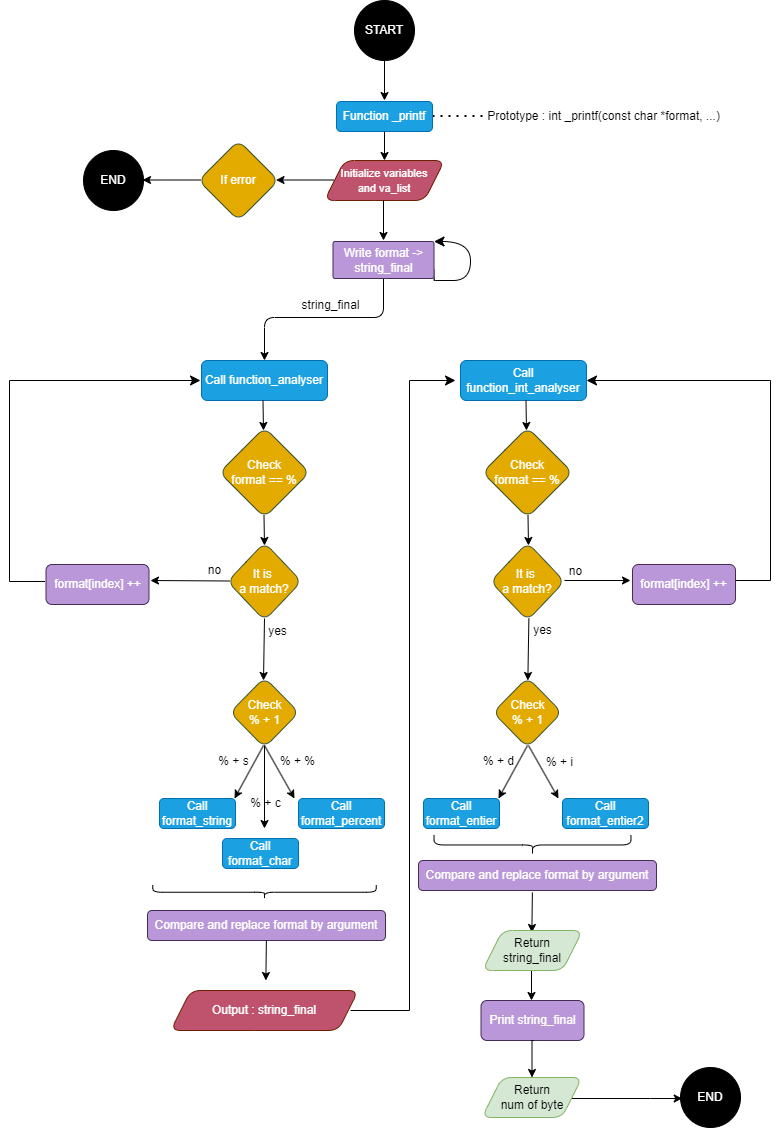
Before: flowchart_printf.png, a diagram exported from draw.io (savvyh/holbertonschool-printf). Source tidied: cells renumbered, new cells last; positions are measured from the earlier drawing's top-left corner, leaving out a move shared by most shapes.
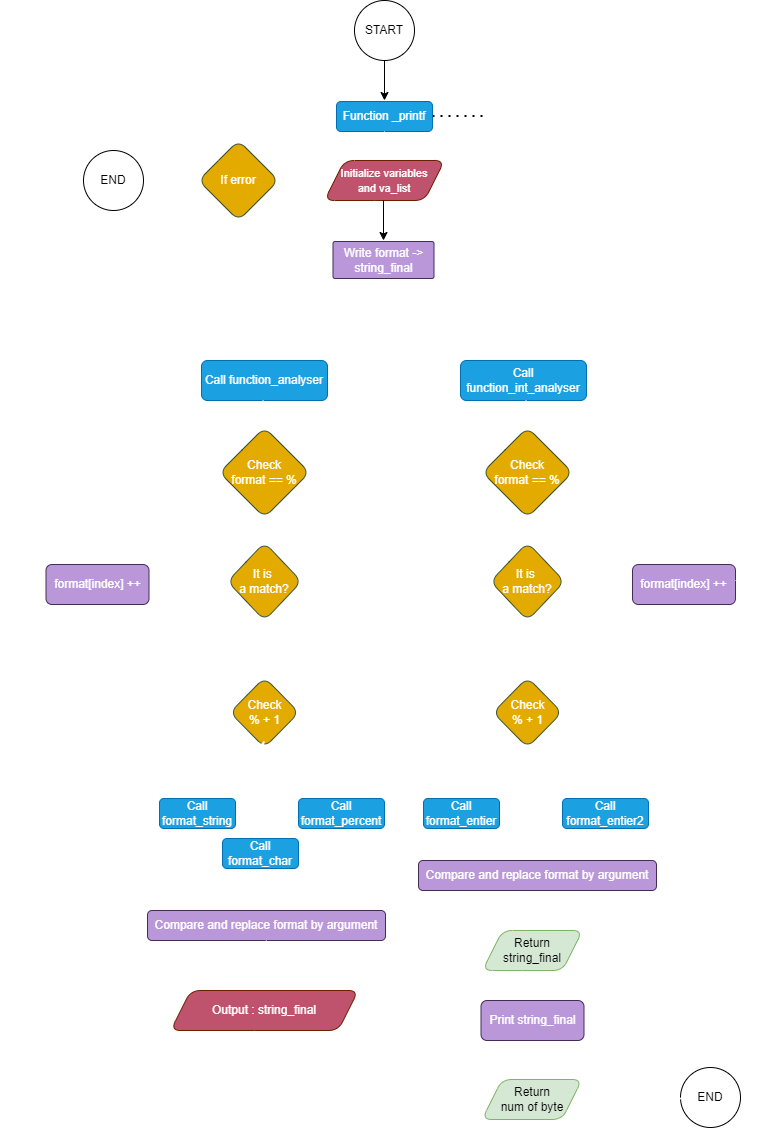
The same diagram one commit later.

Change to the diagram source:
```diff
@@ -4,3 +4,3 @@
     <mxCell id="1" parent="0" />
-    <mxCell id="2" style="edgeStyle=segmentEdgeStyle;endArrow=classic;html=1;curved=1;endSize=8;startSize=8;entryX=1;entryY=0;entryDx=0;entryDy=0;exitX=1;exitY=0.75;exitDx=0;exitDy=0;" parent="1" edge="1" source="16" target="16">
+    <mxCell id="2" style="edgeStyle=segmentEdgeStyle;endArrow=classic;html=1;curved=1;endSize=8;startSize=8;entryX=1;entryY=0;entryDx=0;entryDy=0;exitX=1;exitY=0.75;exitDx=0;exitDy=0;strokeColor=#FFFFFF;" parent="1" edge="1" source="16" target="16">
       <mxGeometry relative="1" as="geometry">
@@ -13,9 +13,9 @@
     </mxCell>
-    <mxCell id="3" value="START" style="ellipse;whiteSpace=wrap;html=1;rounded=1;fillColor=#000000;fontColor=#ffffff;strokeColor=#000000;" parent="1" vertex="1">
+    <mxCell id="3" value="START" style="ellipse;whiteSpace=wrap;html=1;rounded=1;fillColor=#FFFFFF;fontColor=#000000;strokeColor=#000000;" parent="1" vertex="1">
       <mxGeometry x="345" width="60" height="60" as="geometry" />
     </mxCell>
-    <mxCell id="4" value="Prototype : int _printf(const char *format, ...)" style="text;html=1;align=center;verticalAlign=middle;strokeColor=none;fillColor=none;rounded=1;" parent="1" vertex="1">
+    <mxCell id="4" value="Prototype : int _printf(const char *format, ...)" style="text;html=1;align=center;verticalAlign=middle;strokeColor=none;fillColor=none;rounded=1;fontColor=#FFFFFF;" parent="1" vertex="1">
       <mxGeometry x="464" y="101" width="260" height="30" as="geometry" />
     </mxCell>
-    <mxCell id="5" style="endArrow=none;dashed=1;html=1;dashPattern=1 3;strokeWidth=2;rounded=1;" parent="1" edge="1">
+    <mxCell id="5" style="endArrow=none;dashed=1;html=1;dashPattern=1 3;strokeWidth=2;rounded=1;fontColor=#FFFFFF;" parent="1" edge="1">
       <mxGeometry relative="1" as="geometry">
@@ -25,3 +25,3 @@
     </mxCell>
-    <mxCell id="6" style="edgeStyle=none;orthogonalLoop=1;jettySize=auto;html=1;rounded=1;" parent="1" edge="1">
+    <mxCell id="6" style="edgeStyle=none;orthogonalLoop=1;jettySize=auto;html=1;rounded=1;strokeColor=#000000;" parent="1" edge="1">
       <mxGeometry relative="1" as="geometry">
@@ -37,3 +37,3 @@
     </mxCell>
-    <mxCell id="9" style="edgeStyle=none;orthogonalLoop=1;jettySize=auto;html=1;rounded=1;" parent="1" edge="1">
+    <mxCell id="9" style="edgeStyle=none;orthogonalLoop=1;jettySize=auto;html=1;rounded=1;strokeColor=#FFFFFF;" parent="1" edge="1">
       <mxGeometry relative="1" as="geometry">
@@ -43,3 +43,3 @@
     </mxCell>
-    <mxCell id="10" style="endArrow=classic;html=1;rounded=1;" parent="1" edge="1">
+    <mxCell id="10" style="endArrow=classic;html=1;rounded=1;strokeColor=#FFFFFF;" parent="1" edge="1">
       <mxGeometry relative="1" as="geometry">
@@ -52,3 +52,3 @@
     </mxCell>
-    <mxCell id="12" style="endArrow=classic;html=1;rounded=1;" parent="1" edge="1">
+    <mxCell id="12" style="endArrow=classic;html=1;rounded=1;strokeColor=#FFFFFF;" parent="1" edge="1">
       <mxGeometry relative="1" as="geometry">
@@ -58,3 +58,3 @@
     </mxCell>
-    <mxCell id="13" style="endArrow=classic;html=1;rounded=1;entryX=0.5;entryY=0;entryDx=0;entryDy=0;" parent="1" edge="1" target="14">
+    <mxCell id="13" style="endArrow=classic;html=1;rounded=1;entryX=0.5;entryY=0;entryDx=0;entryDy=0;strokeColor=#FFFFFF;" parent="1" edge="1" target="14">
       <mxGeometry relative="1" as="geometry">
@@ -94,3 +94,3 @@
     </mxCell>
-    <mxCell id="22" style="edgeStyle=none;orthogonalLoop=1;jettySize=auto;html=1;rounded=1;" parent="19" edge="1">
+    <mxCell id="22" style="edgeStyle=none;orthogonalLoop=1;jettySize=auto;html=1;rounded=1;strokeColor=#FFFFFF;" parent="19" edge="1">
       <mxGeometry relative="1" as="geometry">
@@ -100,3 +100,3 @@
     </mxCell>
-    <mxCell id="23" style="edgeStyle=none;orthogonalLoop=1;jettySize=auto;html=1;rounded=1;" parent="19" edge="1">
+    <mxCell id="23" style="edgeStyle=none;orthogonalLoop=1;jettySize=auto;html=1;rounded=1;strokeColor=#FFFFFF;" parent="19" edge="1">
       <mxGeometry relative="1" as="geometry">
@@ -109,3 +109,3 @@
     </mxCell>
-    <mxCell id="25" style="endArrow=classic;html=1;rounded=0;" parent="24" edge="1">
+    <mxCell id="25" style="endArrow=classic;html=1;rounded=0;strokeColor=#FFFFFF;" parent="24" edge="1">
       <mxGeometry relative="1" as="geometry">
@@ -115,6 +115,6 @@
     </mxCell>
-    <mxCell id="26" value="no" style="text;html=1;align=center;verticalAlign=middle;strokeColor=none;fillColor=none;" parent="24" vertex="1">
+    <mxCell id="26" value="no" style="text;html=1;align=center;verticalAlign=middle;strokeColor=none;fillColor=none;fontColor=#FFFFFF;" parent="24" vertex="1">
       <mxGeometry x="51" width="40" height="30" as="geometry" />
     </mxCell>
-    <mxCell id="27" style="endArrow=classic;html=1;rounded=0;" parent="24" edge="1">
+    <mxCell id="27" style="endArrow=classic;html=1;rounded=0;strokeColor=#FFFFFF;" parent="24" edge="1">
       <mxGeometry relative="1" as="geometry">
@@ -124,44 +124,5 @@
     </mxCell>
-    <mxCell id="28" value="yes" style="text;html=1;align=center;verticalAlign=middle;strokeColor=none;fillColor=none;" parent="24" vertex="1">
+    <mxCell id="28" value="yes" style="text;html=1;align=center;verticalAlign=middle;strokeColor=none;fillColor=none;fontColor=#FFFFFF;" parent="24" vertex="1">
       <mxGeometry x="114" y="61" width="40" height="30" as="geometry" />
     </mxCell>
-    <mxCell id="29" style="group;" parent="1" vertex="1">
-      <mxGeometry x="150" y="745" width="225" height="123" as="geometry" />
-    </mxCell>
-    <mxCell id="30" style="endArrow=classic;html=1;rounded=0;" parent="29" edge="1">
-      <mxGeometry relative="1" as="geometry">
-        <mxPoint x="105" as="sourcePoint" />
-        <mxPoint x="105" y="83" as="targetPoint" />
-      </mxGeometry>
-    </mxCell>
-    <mxCell id="31" style="endArrow=classic;html=1;rounded=0;" parent="29" edge="1">
-      <mxGeometry relative="1" as="geometry">
-        <mxPoint x="105" as="sourcePoint" />
-        <mxPoint x="135" y="53" as="targetPoint" />
-      </mxGeometry>
-    </mxCell>
-    <mxCell id="32" style="endArrow=classic;html=1;rounded=0;" parent="29" edge="1">
-      <mxGeometry relative="1" as="geometry">
-        <mxPoint x="104" as="sourcePoint" />
-        <mxPoint x="75" y="53" as="targetPoint" />
-      </mxGeometry>
-    </mxCell>
-    <mxCell id="33" value="% + s" style="text;html=1;align=center;verticalAlign=middle;points=[];strokeColor=none;fillColor=none;" parent="29" vertex="1">
-      <mxGeometry x="49" y="1" width="50" height="30" as="geometry" />
-    </mxCell>
-    <mxCell id="34" value="% + %" style="text;html=1;align=center;verticalAlign=middle;strokeColor=none;fillColor=none;" parent="29" vertex="1">
-      <mxGeometry x="108" y="1" width="60" height="30" as="geometry" />
-    </mxCell>
-    <mxCell id="35" value="% + c" style="text;html=1;align=center;verticalAlign=middle;points=[];strokeColor=none;fillColor=none;" parent="29" vertex="1">
-      <mxGeometry x="81" y="43" width="50" height="30" as="geometry" />
-    </mxCell>
-    <mxCell id="36" value="Call format_string" style="rounded=1;whiteSpace=wrap;html=1;fillColor=#1ba1e2;fontColor=#ffffff;strokeColor=#006EAF;" parent="29" vertex="1">
-      <mxGeometry y="53" width="76" height="30" as="geometry" />
-    </mxCell>
-    <mxCell id="37" value="Call format_char" style="rounded=1;whiteSpace=wrap;html=1;fillColor=#1ba1e2;fontColor=#ffffff;strokeColor=#006EAF;" parent="29" vertex="1">
-      <mxGeometry x="63" y="93" width="76" height="30" as="geometry" />
-    </mxCell>
-    <mxCell id="38" value="Call format_percent" style="rounded=1;whiteSpace=wrap;html=1;fillColor=#1ba1e2;fontColor=#ffffff;strokeColor=#006EAF;" parent="29" vertex="1">
-      <mxGeometry x="139" y="53" width="86" height="30" as="geometry" />
-    </mxCell>
     <mxCell id="39" value="Call function_int_analyser" style="rounded=1;whiteSpace=wrap;html=1;fillColor=#1ba1e2;fontColor=#ffffff;strokeColor=#006EAF;" parent="1" vertex="1">
@@ -172,3 +133,3 @@
     </mxCell>
-    <mxCell id="41" style="endArrow=classic;html=1;rounded=0;" parent="40" edge="1">
+    <mxCell id="41" style="endArrow=classic;html=1;rounded=0;strokeColor=#FFFFFF;" parent="40" edge="1">
       <mxGeometry relative="1" as="geometry">
@@ -178,3 +139,3 @@
     </mxCell>
-    <mxCell id="42" style="endArrow=classic;html=1;rounded=0;" parent="40" edge="1">
+    <mxCell id="42" style="endArrow=classic;html=1;rounded=0;strokeColor=#FFFFFF;" parent="40" edge="1">
       <mxGeometry relative="1" as="geometry">
@@ -184,7 +145,7 @@
     </mxCell>
-    <mxCell id="43" value="% + d" style="text;html=1;align=center;verticalAlign=middle;strokeColor=none;fillColor=none;" parent="40" vertex="1">
-      <mxGeometry x="50" y="1" width="50" height="30" as="geometry" />
+    <mxCell id="43" value="&lt;font color=&quot;#ffffff&quot;&gt;% + d&lt;/font&gt;" style="text;html=1;align=center;verticalAlign=middle;strokeColor=none;fillColor=none;" parent="40" vertex="1">
+      <mxGeometry x="51" y="3" width="49" height="26" as="geometry" />
     </mxCell>
-    <mxCell id="44" value="% + i" style="text;html=1;align=center;verticalAlign=middle;strokeColor=none;fillColor=none;" parent="40" vertex="1">
-      <mxGeometry x="111" y="2" width="50" height="30" as="geometry" />
+    <mxCell id="44" value="&lt;font color=&quot;#ffffff&quot;&gt;% + i&lt;/font&gt;" style="text;html=1;align=center;verticalAlign=middle;strokeColor=none;fillColor=none;" parent="40" vertex="1">
+      <mxGeometry x="114" y="4" width="45" height="26" as="geometry" />
     </mxCell>
@@ -199,3 +160,3 @@
     </mxCell>
-    <mxCell id="48" style="endArrow=classic;html=1;rounded=0;entryX=0.5;entryY=0;entryDx=0;entryDy=0;" parent="40" edge="1">
+    <mxCell id="48" style="endArrow=classic;html=1;rounded=0;entryX=0.5;entryY=0;entryDx=0;entryDy=0;strokeColor=#FFFFFF;" parent="40" edge="1">
       <mxGeometry relative="1" as="geometry">
@@ -205,3 +166,3 @@
     </mxCell>
-    <mxCell id="49" style="shape=curlyBracket;whiteSpace=wrap;html=1;rounded=1;flipH=1;labelPosition=right;verticalLabelPosition=middle;align=left;verticalAlign=middle;rotation=90;" parent="40" vertex="1">
+    <mxCell id="49" style="shape=curlyBracket;whiteSpace=wrap;html=1;rounded=1;flipH=1;labelPosition=right;verticalLabelPosition=middle;align=left;verticalAlign=middle;rotation=90;strokeColor=#FFFFFF;" parent="40" vertex="1">
       <mxGeometry x="99" y="1" width="20" height="196.9" as="geometry" />
@@ -211,3 +172,3 @@
     </mxCell>
-    <mxCell id="51" style="edgeStyle=orthogonalEdgeStyle;rounded=0;orthogonalLoop=1;jettySize=auto;html=1;" parent="50" edge="1">
+    <mxCell id="51" style="edgeStyle=orthogonalEdgeStyle;rounded=0;orthogonalLoop=1;jettySize=auto;html=1;strokeColor=#FFFFFF;" parent="50" edge="1">
       <mxGeometry relative="1" as="geometry">
@@ -223,3 +184,3 @@
     </mxCell>
-    <mxCell id="54" style="endArrow=classic;html=1;rounded=0;" parent="1" edge="1">
+    <mxCell id="54" style="endArrow=classic;html=1;rounded=0;strokeColor=none;" parent="1" edge="1">
       <mxGeometry relative="1" as="geometry">
@@ -232,3 +193,3 @@
     </mxCell>
-    <mxCell id="56" style="endArrow=classic;html=1;rounded=0;entryX=0.5;entryY=0;entryDx=0;entryDy=0;" parent="1" edge="1">
+    <mxCell id="56" style="endArrow=classic;html=1;rounded=0;entryX=0.5;entryY=0;entryDx=0;entryDy=0;strokeColor=#FFFFFF;" parent="1" edge="1">
       <mxGeometry relative="1" as="geometry">
@@ -238,6 +199,6 @@
     </mxCell>
-    <mxCell id="57" value="END" style="ellipse;whiteSpace=wrap;html=1;rounded=1;fillColor=#000000;fontColor=#ffffff;strokeColor=#000000;" parent="1" vertex="1">
+    <mxCell id="57" value="END" style="ellipse;whiteSpace=wrap;html=1;rounded=1;fillColor=#FFFFFF;fontColor=#000000;strokeColor=#000000;" parent="1" vertex="1">
       <mxGeometry x="74" y="150" width="60" height="60" as="geometry" />
     </mxCell>
-    <mxCell id="58" value="END" style="ellipse;whiteSpace=wrap;html=1;rounded=1;fillColor=#000000;fontColor=#ffffff;strokeColor=#000000;" parent="1" vertex="1">
+    <mxCell id="58" value="END" style="ellipse;whiteSpace=wrap;html=1;rounded=1;fillColor=#FFFFFF;fontColor=#000000;strokeColor=#000000;" parent="1" vertex="1">
       <mxGeometry x="671" y="1067" width="60" height="60" as="geometry" />
@@ -247,6 +208,6 @@
     </mxCell>
-    <mxCell id="60" style="shape=curlyBracket;whiteSpace=wrap;html=1;rounded=1;flipH=1;labelPosition=right;verticalLabelPosition=middle;align=left;verticalAlign=middle;rotation=90;size=0.5;" parent="1" vertex="1">
+    <mxCell id="60" style="shape=curlyBracket;whiteSpace=wrap;html=1;rounded=1;flipH=1;labelPosition=right;verticalLabelPosition=middle;align=left;verticalAlign=middle;rotation=90;size=0.5;strokeColor=#FFFFFF;" parent="1" vertex="1">
       <mxGeometry x="248" y="780" width="14" height="223.5" as="geometry" />
     </mxCell>
-    <mxCell id="61" style="edgeStyle=elbowEdgeStyle;elbow=horizontal;endArrow=classic;html=1;curved=0;rounded=0;endSize=8;startSize=8;exitX=0.959;exitY=0.5;exitDx=0;exitDy=0;exitPerimeter=0;" parent="1" edge="1" source="59">
+    <mxCell id="61" style="edgeStyle=elbowEdgeStyle;elbow=horizontal;endArrow=classic;html=1;curved=0;rounded=0;endSize=8;startSize=8;exitX=0.959;exitY=0.5;exitDx=0;exitDy=0;exitPerimeter=0;strokeColor=#FFFFFF;" parent="1" edge="1" source="59">
       <mxGeometry relative="1" as="geometry">
@@ -267,3 +228,3 @@
     </mxCell>
-    <mxCell id="65" style="edgeStyle=none;orthogonalLoop=1;jettySize=auto;html=1;rounded=1;" parent="62" edge="1">
+    <mxCell id="65" style="edgeStyle=none;orthogonalLoop=1;jettySize=auto;html=1;rounded=1;strokeColor=#FFFFFF;" parent="62" edge="1">
       <mxGeometry relative="1" as="geometry">
@@ -273,3 +234,3 @@
     </mxCell>
-    <mxCell id="66" style="edgeStyle=none;orthogonalLoop=1;jettySize=auto;html=1;rounded=1;" parent="62" edge="1">
+    <mxCell id="66" style="edgeStyle=none;orthogonalLoop=1;jettySize=auto;html=1;rounded=1;strokeColor=#FFFFFF;" parent="62" edge="1">
       <mxGeometry relative="1" as="geometry">
@@ -279,6 +240,6 @@
     </mxCell>
-    <mxCell id="67" value="yes" style="text;html=1;align=center;verticalAlign=middle;strokeColor=none;fillColor=none;" parent="62" vertex="1">
+    <mxCell id="67" value="yes" style="text;html=1;align=center;verticalAlign=middle;strokeColor=none;fillColor=none;fontColor=#FFFFFF;" parent="62" vertex="1">
       <mxGeometry x="40" y="215" width="40" height="30" as="geometry" />
     </mxCell>
-    <mxCell id="68" style="endArrow=classic;html=1;rounded=0;" parent="62" edge="1">
+    <mxCell id="68" style="endArrow=classic;html=1;rounded=0;strokeColor=none;" parent="62" edge="1">
       <mxGeometry relative="1" as="geometry">
@@ -288,3 +249,3 @@
     </mxCell>
-    <mxCell id="69" style="edgeStyle=orthogonalEdgeStyle;rounded=0;orthogonalLoop=1;jettySize=auto;html=1;" parent="1" edge="1">
+    <mxCell id="69" style="edgeStyle=orthogonalEdgeStyle;rounded=0;orthogonalLoop=1;jettySize=auto;html=1;strokeColor=#FFFFFF;" parent="1" edge="1">
       <mxGeometry relative="1" as="geometry">
@@ -299,11 +260,11 @@
     <mxCell id="70" value="Return &lt;br&gt;num of byte" style="shape=parallelogram;perimeter=parallelogramPerimeter;whiteSpace=wrap;html=1;fixedSize=1;fillColor=#d5e8d4;strokeColor=#82b366;rounded=1;" parent="1" vertex="1">
-      <mxGeometry x="472.5" y="1077" width="100" height="40" as="geometry" />
+      <mxGeometry x="472.5" y="1079" width="100" height="40" as="geometry" />
     </mxCell>
-    <mxCell id="71" style="edgeStyle=orthogonalEdgeStyle;rounded=0;orthogonalLoop=1;jettySize=auto;html=1;" parent="1" edge="1">
+    <mxCell id="71" style="edgeStyle=orthogonalEdgeStyle;rounded=0;orthogonalLoop=1;jettySize=auto;html=1;strokeColor=#FFFFFF;" parent="1" edge="1">
       <mxGeometry relative="1" as="geometry">
-        <mxPoint x="524" y="1040" as="sourcePoint" />
-        <mxPoint x="522.5" y="1077" as="targetPoint" />
+        <mxPoint x="524" y="1042" as="sourcePoint" />
+        <mxPoint x="522.5" y="1079" as="targetPoint" />
       </mxGeometry>
     </mxCell>
-    <mxCell id="72" value="string_final" style="text;html=1;align=center;verticalAlign=middle;strokeColor=none;fillColor=none;" parent="1" vertex="1">
+    <mxCell id="72" value="string_final" style="text;html=1;align=center;verticalAlign=middle;strokeColor=none;fillColor=none;fontColor=#FFFFFF;" parent="1" vertex="1">
       <mxGeometry x="281" y="290" width="80" height="30" as="geometry" />
@@ -313,3 +274,3 @@
     </mxCell>
-    <mxCell id="74" style="edgeStyle=elbowEdgeStyle;elbow=horizontal;endArrow=classic;html=1;curved=0;rounded=0;endSize=8;startSize=8;exitX=0;exitY=0.5;exitDx=0;exitDy=0;" parent="1" edge="1">
+    <mxCell id="74" style="edgeStyle=elbowEdgeStyle;elbow=horizontal;endArrow=classic;html=1;curved=0;rounded=0;endSize=8;startSize=8;exitX=0;exitY=0.5;exitDx=0;exitDy=0;strokeColor=#FFFFFF;" parent="1" edge="1">
       <mxGeometry relative="1" as="geometry">
@@ -322,3 +283,3 @@
     </mxCell>
-    <mxCell id="75" value="no" style="text;html=1;align=center;verticalAlign=middle;strokeColor=none;fillColor=none;" parent="1" vertex="1">
+    <mxCell id="75" value="no" style="text;html=1;align=center;verticalAlign=middle;strokeColor=none;fillColor=none;fontColor=#FFFFFF;" parent="1" vertex="1">
       <mxGeometry x="546" y="556" width="40" height="30" as="geometry" />
@@ -328,3 +289,3 @@
     </mxCell>
-    <mxCell id="77" style="edgeStyle=elbowEdgeStyle;elbow=horizontal;endArrow=classic;html=1;curved=0;rounded=0;endSize=8;startSize=8;entryX=1;entryY=0.5;entryDx=0;entryDy=0;" parent="1" edge="1" target="39">
+    <mxCell id="77" style="edgeStyle=elbowEdgeStyle;elbow=horizontal;endArrow=classic;html=1;curved=0;rounded=0;endSize=8;startSize=8;entryX=1;entryY=0.5;entryDx=0;entryDy=0;strokeColor=#FFFFFF;" parent="1" edge="1" target="39">
       <mxGeometry relative="1" as="geometry">
@@ -336,2 +297,46 @@
     </mxCell>
+    <mxCell id="30" style="endArrow=classic;html=1;rounded=0;strokeColor=#FFFFFF;" parent="1" edge="1" source="35">
+      <mxGeometry relative="1" as="geometry">
+        <mxPoint x="255" y="828" as="targetPoint" />
+      </mxGeometry>
+    </mxCell>
+    <mxCell id="31" style="endArrow=classic;html=1;rounded=0;strokeColor=#FFFFFF;" parent="1" edge="1">
+      <mxGeometry relative="1" as="geometry">
+        <mxPoint x="255" y="745" as="sourcePoint" />
+        <mxPoint x="285" y="798" as="targetPoint" />
+      </mxGeometry>
+    </mxCell>
+    <mxCell id="32" style="endArrow=classic;html=1;rounded=0;strokeColor=#FFFFFF;" parent="1" edge="1" source="33">
+      <mxGeometry relative="1" as="geometry">
+        <mxPoint x="225" y="798" as="targetPoint" />
+      </mxGeometry>
+    </mxCell>
+    <mxCell id="34" value="% + %" style="text;html=1;align=center;verticalAlign=middle;strokeColor=none;fillColor=none;fontColor=#FFFFFF;" parent="1" vertex="1">
+      <mxGeometry x="264" y="740" width="60" height="30" as="geometry" />
+    </mxCell>
+    <mxCell id="36" value="Call format_string" style="rounded=1;whiteSpace=wrap;html=1;fillColor=#1ba1e2;fontColor=#ffffff;strokeColor=#006EAF;" parent="1" vertex="1">
+      <mxGeometry x="150" y="798" width="76" height="30" as="geometry" />
+    </mxCell>
+    <mxCell id="37" value="Call format_char" style="rounded=1;whiteSpace=wrap;html=1;fillColor=#1ba1e2;fontColor=#ffffff;strokeColor=#006EAF;" parent="1" vertex="1">
+      <mxGeometry x="213" y="838" width="76" height="30" as="geometry" />
+    </mxCell>
+    <mxCell id="38" value="Call format_percent" style="rounded=1;whiteSpace=wrap;html=1;fillColor=#1ba1e2;fontColor=#ffffff;strokeColor=#006EAF;" parent="1" vertex="1">
+      <mxGeometry x="289" y="798" width="86" height="30" as="geometry" />
+    </mxCell>
+    <mxCell id="78" style="endArrow=classic;html=1;rounded=0;strokeColor=#FFFFFF;" parent="1" edge="1" target="33">
+      <mxGeometry relative="1" as="geometry">
+        <mxPoint x="254" y="745" as="sourcePoint" />
+      </mxGeometry>
+    </mxCell>
+    <mxCell id="33" value="% + s" style="text;html=1;align=center;verticalAlign=middle;points=[];strokeColor=none;fillColor=none;fontColor=#FFFFFF;" parent="1" vertex="1">
+      <mxGeometry x="198" y="740" width="50" height="30" as="geometry" />
+    </mxCell>
+    <mxCell id="79" style="endArrow=classic;html=1;rounded=0;strokeColor=#FFFFFF;" parent="1" edge="1" target="35">
+      <mxGeometry relative="1" as="geometry">
+        <mxPoint x="255" y="745" as="sourcePoint" />
+      </mxGeometry>
+    </mxCell>
+    <mxCell id="35" value="% + c" style="text;html=1;align=center;verticalAlign=middle;points=[];strokeColor=none;fillColor=none;fontColor=#FFFFFF;" parent="1" vertex="1">
+      <mxGeometry x="232" y="789" width="50" height="30" as="geometry" />
+    </mxCell>
   </root>
```
